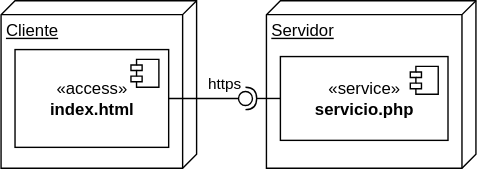
Earlier version of the draw.io export img/m02servicio/serviciodistribucion.drawio.svg (gilpgawoas/gilpgawoas.github.io). Source tidied: cells renumbered, new cells last; positions are measured from the earlier drawing's top-left corner, leaving out a move shared by most shapes.
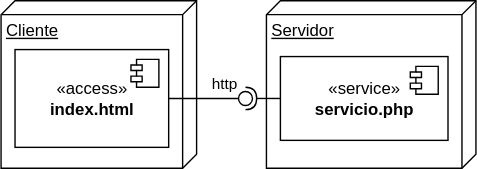
The same file after the commit.

The edit, as a diff of the source:
```diff
@@ -24,7 +24,7 @@
         <mxPoint x="-27" y="7" as="offset" />
       </mxGeometry>
     </mxCell>
-    <mxCell id="8" value="https" style="rounded=0;jettySize=auto;html=1;endArrow=none;endFill=0;sketch=0;sourcePerimeterSpacing=0;targetPerimeterSpacing=0;exitX=1;exitY=0.5;exitDx=0;exitDy=0;" parent="1" edge="1" source="3" target="10">
+    <mxCell id="8" value="http" style="rounded=0;jettySize=auto;html=1;endArrow=none;endFill=0;sketch=0;sourcePerimeterSpacing=0;targetPerimeterSpacing=0;exitX=1;exitY=0.5;exitDx=0;exitDy=0;" parent="1" edge="1" source="3" target="10">
       <mxGeometry x="0.6" y="10" relative="1" as="geometry" />
     </mxCell>
     <mxCell id="9" style="rounded=0;jettySize=auto;html=1;endArrow=halfCircle;endFill=0;entryX=0.5;entryY=0.5;endSize=6;strokeWidth=1;sketch=0;exitX=0;exitY=0.5;exitDx=0;exitDy=0;" parent="1" edge="1" source="6" target="10">
```
